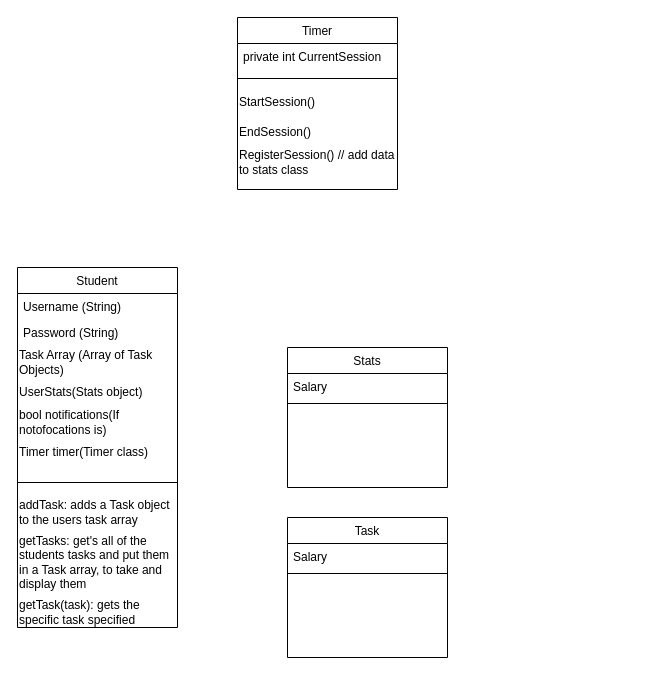
This is Untitled Diagram.drawio from DROFEL/Please_Compile_ProSchoolar, a draw.io file, before an edit. Source tidied: cells renumbered, new cells numbered last; positions are measured from the earlier drawing's top-left corner, leaving out a move shared by most shapes. Both pictures are drawn from the tidied source at 100%, with x=0, y=0 at pixel (17, 17).
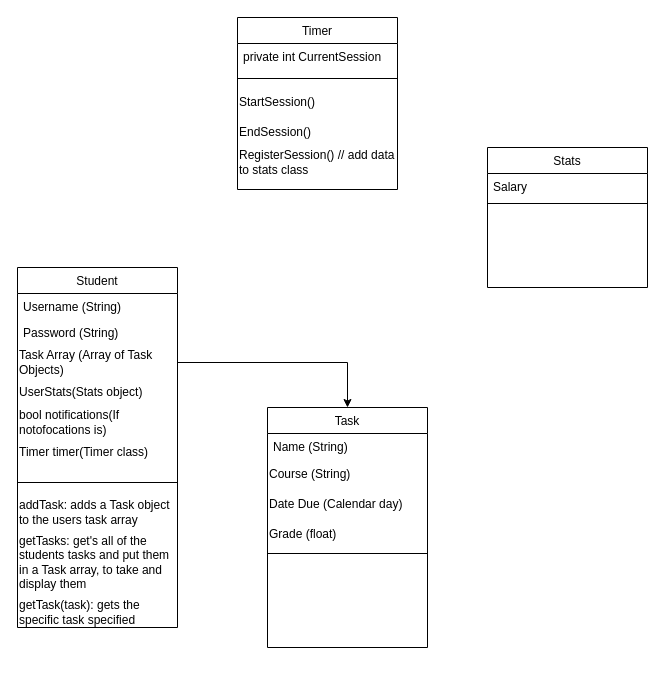
The same diagram, later.

Unchanged cells that the change refers to:
```xml
<mxCell id="5" value="Task Array (Array of Task Objects)" style="text;html=1;strokeColor=none;fillColor=none;align=left;verticalAlign=middle;whiteSpace=wrap;rounded=0;" parent="2" vertex="1">
  <mxGeometry y="80" width="160" height="30" as="geometry" />
</mxCell>
```

What changed in the source:
```diff
@@
     <mxCell id="13" value="Stats" style="swimlane;fontStyle=0;align=center;verticalAlign=top;horizontal=1;startSize=26;rounded=0;shadow=0;strokeWidth=1;" parent="1" vertex="1">
-      <mxGeometry x="270" y="330" width="160" height="140" as="geometry" />
+      <mxGeometry x="470" y="130" width="160" height="140" as="geometry" />
     </mxCell>
@@
     <mxCell id="22" value="Task" style="swimlane;fontStyle=0;align=center;verticalAlign=top;horizontal=1;startSize=26;rounded=0;shadow=0;strokeWidth=1;" parent="1" vertex="1">
-      <mxGeometry x="270" y="500" width="160" height="140" as="geometry" />
+      <mxGeometry x="250" y="390" width="160" height="240" as="geometry" />
     </mxCell>
-    <mxCell id="23" value="Salary" style="text;align=left;verticalAlign=top;spacingLeft=4;spacingRight=4;overflow=hidden;" parent="22" vertex="1">
+    <mxCell id="23" value="Name (String)&#10;" style="text;align=left;verticalAlign=top;spacingLeft=4;spacingRight=4;overflow=hidden;" parent="22" vertex="1">
       <mxGeometry y="26" width="160" height="26" as="geometry" />
     </mxCell>
+    <mxCell id="25" value="Course (String)" style="text;html=1;strokeColor=none;fillColor=none;align=left;verticalAlign=middle;whiteSpace=wrap;rounded=0;" parent="22" vertex="1">
+      <mxGeometry y="52" width="160" height="30" as="geometry" />
+    </mxCell>
+    <mxCell id="26" value="Date Due (Calendar day)" style="text;html=1;strokeColor=none;fillColor=none;align=left;verticalAlign=middle;whiteSpace=wrap;rounded=0;" parent="22" vertex="1">
+      <mxGeometry y="82" width="160" height="30" as="geometry" />
+    </mxCell>
+    <mxCell id="27" value="Grade (float)" style="text;html=1;strokeColor=none;fillColor=none;align=left;verticalAlign=middle;whiteSpace=wrap;rounded=0;" parent="22" vertex="1">
+      <mxGeometry y="112" width="160" height="30" as="geometry" />
+    </mxCell>
     <mxCell id="24" style="line;html=1;strokeWidth=1;align=left;verticalAlign=middle;spacingTop=-1;spacingLeft=3;spacingRight=3;labelPosition=right;" parent="22" vertex="1">
-      <mxGeometry y="52" width="160" height="8" as="geometry" />
+      <mxGeometry y="142" width="160" height="8" as="geometry" />
     </mxCell>
+    <mxCell id="28" style="edgeStyle=orthogonalEdgeStyle;rounded=0;jettySize=auto;html=1;exitX=1;exitY=0.5;exitDx=0;exitDy=0;entryX=0.5;entryY=0;entryDx=0;entryDy=0;" parent="1" edge="1" source="5" target="22">
+      <mxGeometry relative="1" as="geometry" />
+    </mxCell>
```
